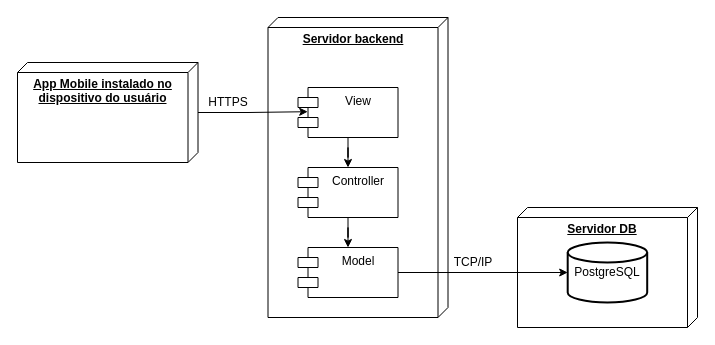
The draw.io diagram Documentação/Diagramas/Diagrama de Implantação.drawio in frsouzaa/Documentacao-TCC-NossaVia, before the edit. Source tidied: cells renumbered, new cells numbered last; positions are measured from the earlier drawing's top-left corner, leaving out a move shared by most shapes. Both pictures are drawn from the tidied source at 100%, with x=0, y=0 at pixel (17, 17).
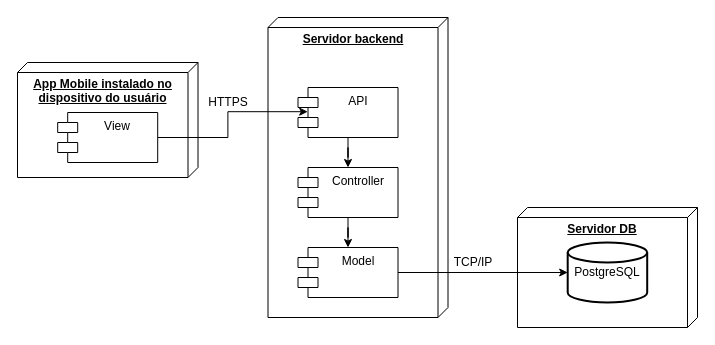
After the change.

Commit message:
Corrigi View e API Diagrama de Implantação.drawio

What changed in the source:
```diff
@@
 <mxGraphModel>
   <root>
     <mxCell id="0" />
     <mxCell id="1" parent="0" />
     <mxCell id="2" value="&lt;b&gt;App Mobile instalado no dispositivo do usuário&lt;/b&gt;" style="verticalAlign=top;align=center;spacingTop=8;spacingLeft=2;spacingRight=12;shape=cube;size=10;direction=south;fontStyle=4;html=1;whiteSpace=wrap;" parent="1" vertex="1">
-      <mxGeometry y="45" width="180.5" height="100" as="geometry" />
+      <mxGeometry y="45" width="180.5" height="115" as="geometry" />
     </mxCell>
     <mxCell id="3" value="&lt;b&gt;Servidor DB&lt;/b&gt;" style="verticalAlign=top;align=center;spacingTop=8;spacingLeft=2;spacingRight=12;shape=cube;size=10;direction=south;fontStyle=4;html=1;whiteSpace=wrap;" parent="1" vertex="1">
       <mxGeometry x="500" y="190" width="180" height="120" as="geometry" />
     </mxCell>
     <mxCell id="4" value="HTTPS" style="text;html=1;align=center;verticalAlign=middle;whiteSpace=wrap;rounded=0;" parent="1" vertex="1">
       <mxGeometry x="180.5" y="70" width="60" height="30" as="geometry" />
     </mxCell>
     <mxCell id="5" value="TCP/IP" style="text;html=1;align=center;verticalAlign=middle;whiteSpace=wrap;rounded=0;rotation=0;" parent="1" vertex="1">
       <mxGeometry x="430.5" y="230" width="50" height="30" as="geometry" />
     </mxCell>
     <mxCell id="6" value="&lt;b&gt;Servidor backend&lt;/b&gt;" style="verticalAlign=top;align=center;spacingTop=8;spacingLeft=2;spacingRight=12;shape=cube;size=10;direction=south;fontStyle=4;html=1;whiteSpace=wrap;" parent="1" vertex="1">
       <mxGeometry x="250.5" width="180" height="300" as="geometry" />
     </mxCell>
     <mxCell id="7" value="Model" style="shape=module;align=left;spacingLeft=20;align=center;verticalAlign=top;whiteSpace=wrap;html=1;" parent="1" vertex="1">
       <mxGeometry x="280.5" y="230" width="100" height="50" as="geometry" />
     </mxCell>
     <mxCell id="8" style="edgeStyle=orthogonalEdgeStyle;rounded=0;jettySize=auto;html=1;entryX=0.5;entryY=0;entryDx=0;entryDy=0;" parent="1" edge="1" source="9" target="11">
       <mxGeometry relative="1" as="geometry" />
     </mxCell>
-    <mxCell id="9" value="View" style="shape=module;align=left;spacingLeft=20;align=center;verticalAlign=top;whiteSpace=wrap;html=1;" parent="1" vertex="1">
+    <mxCell id="9" value="API" style="shape=module;align=left;spacingLeft=20;align=center;verticalAlign=top;whiteSpace=wrap;html=1;" parent="1" vertex="1">
       <mxGeometry x="280.5" y="70" width="100" height="50" as="geometry" />
     </mxCell>
     <mxCell id="10" style="edgeStyle=orthogonalEdgeStyle;rounded=0;jettySize=auto;html=1;entryX=0.5;entryY=0;entryDx=0;entryDy=0;" parent="1" edge="1" source="11" target="7">
       <mxGeometry relative="1" as="geometry" />
     </mxCell>
     <mxCell id="11" value="Controller" style="shape=module;align=left;spacingLeft=20;align=center;verticalAlign=top;whiteSpace=wrap;html=1;" parent="1" vertex="1">
       <mxGeometry x="280.5" y="150" width="100" height="50" as="geometry" />
     </mxCell>
     <mxCell id="12" value="&lt;p style=&quot;line-height: 120%;&quot;&gt;PostgreSQL&lt;/p&gt;" style="strokeWidth=2;html=1;shape=mxgraph.flowchart.database;whiteSpace=wrap;" parent="1" vertex="1">
       <mxGeometry x="550.2" y="225" width="79.5" height="60" as="geometry" />
     </mxCell>
-    <mxCell id="13" style="edgeStyle=orthogonalEdgeStyle;rounded=0;jettySize=auto;html=1;entryX=0.097;entryY=0.484;entryDx=0;entryDy=0;entryPerimeter=0;" parent="1" edge="1" source="2" target="9">
+    <mxCell id="13" style="edgeStyle=orthogonalEdgeStyle;rounded=0;jettySize=auto;html=1;entryX=0.097;entryY=0.484;entryDx=0;entryDy=0;entryPerimeter=0;exitX=1;exitY=0.5;exitDx=0;exitDy=0;" parent="1" edge="1" source="15" target="9">
       <mxGeometry relative="1" as="geometry" />
     </mxCell>
     <mxCell id="14" style="edgeStyle=orthogonalEdgeStyle;rounded=0;jettySize=auto;html=1;entryX=0;entryY=0.5;entryDx=0;entryDy=0;entryPerimeter=0;" parent="1" edge="1" source="7" target="12">
       <mxGeometry relative="1" as="geometry" />
     </mxCell>
+    <mxCell id="15" value="View" style="shape=module;align=left;spacingLeft=20;align=center;verticalAlign=top;whiteSpace=wrap;html=1;" parent="1" vertex="1">
+      <mxGeometry x="40.2" y="95" width="100" height="50" as="geometry" />
+    </mxCell>
   </root>
 </mxGraphModel>
```
